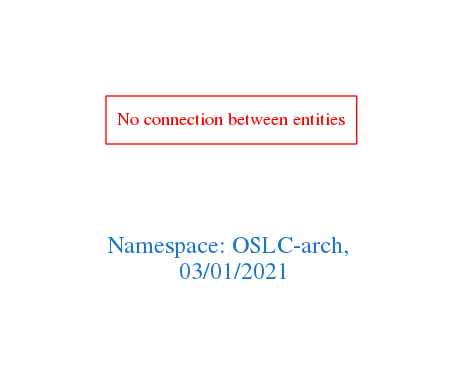
Earlier version of the Graphviz export downloads/OSLC-arch.png (arago/OGIT). Its source is kept beside it as downloads/OSLC-arch.dot.
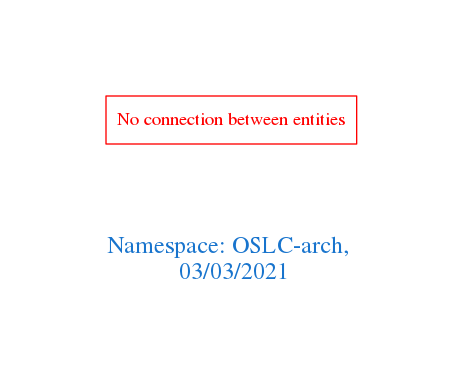
After the change.

Change to the diagram source:
```diff
@@ -1,7 +1,7 @@
 digraph OGIT_ontology {
  graph [ rankdir= LR,pad=1
 fontsize = 18,
-fontcolor= dodgerblue3,label = "\n\n\nNamespace: OSLC-arch, \n 03/01/2021"];
+fontcolor= dodgerblue3,label = "\n\n\nNamespace: OSLC-arch, \n 03/03/2021"];
 node[shape=polygon];
 edge [  color="gray81"];
 
```
